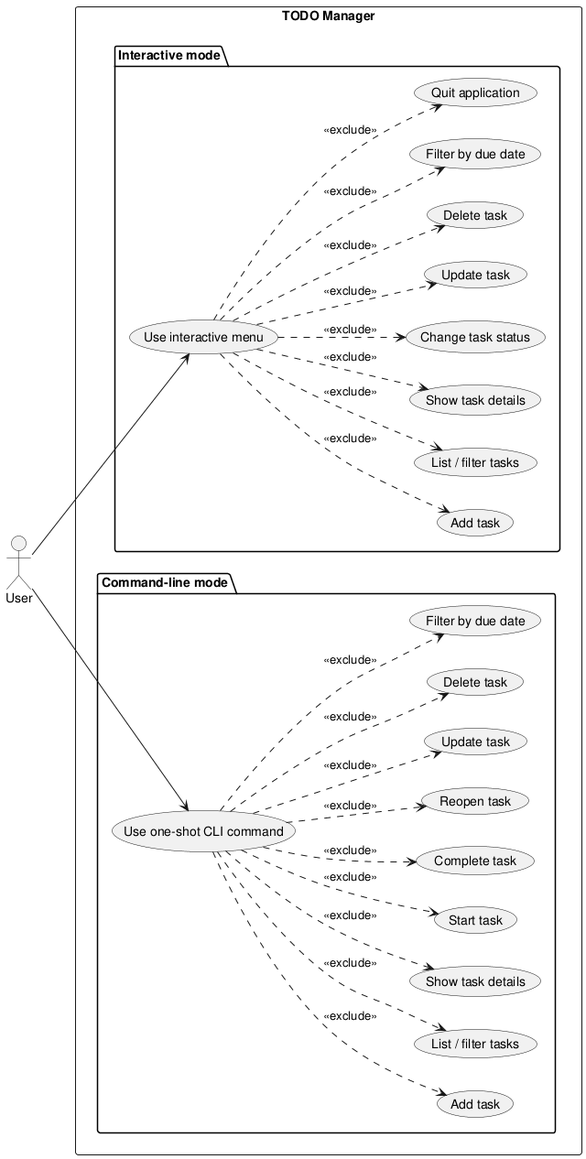
Earlier version of the PlantUML export experiments/pipeline/test_driven/TODO/artifacts/use_case_diagram.png (DanielRiha8906/Software_autoevolution_using_agents).
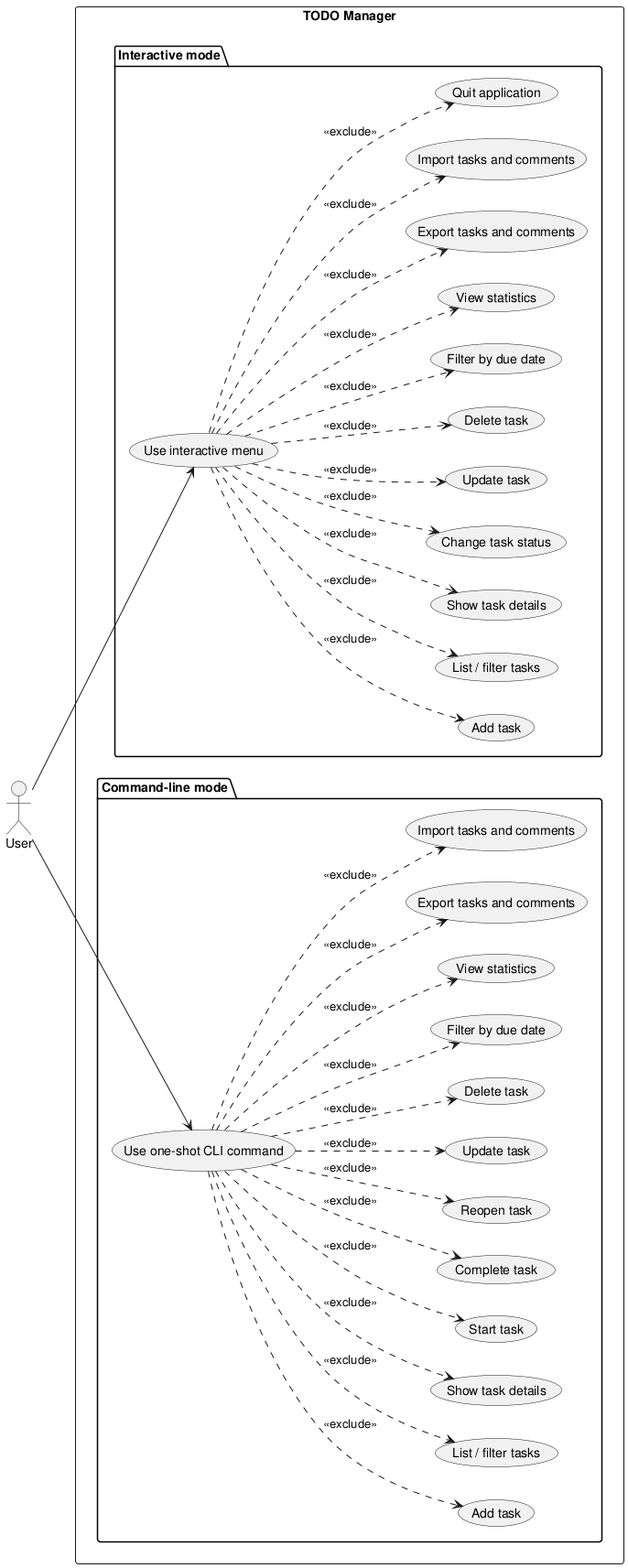
After the change.

Change to the diagram source:
```diff
@@ -15,6 +15,9 @@
     usecase "Update task" as I_UPDATE
     usecase "Delete task" as I_DELETE
     usecase "Filter by due date" as I_DUE_FILTER
+    usecase "View statistics" as I_STATS
+    usecase "Export tasks and comments" as I_EXPORT
+    usecase "Import tasks and comments" as I_IMPORT
     usecase "Quit application" as I_QUIT
   }
 
@@ -29,6 +32,9 @@
     usecase "Update task" as C_UPDATE
     usecase "Delete task" as C_DELETE
     usecase "Filter by due date" as C_DUE_FILTER
+    usecase "View statistics" as C_STATS
+    usecase "Export tasks and comments" as C_EXPORT
+    usecase "Import tasks and comments" as C_IMPORT
   }
 }
 
@@ -42,6 +48,9 @@
 UI ..> I_UPDATE     : <<exclude>>
 UI ..> I_DELETE     : <<exclude>>
 UI ..> I_DUE_FILTER : <<exclude>>
+UI ..> I_STATS      : <<exclude>>
+UI ..> I_EXPORT     : <<exclude>>
+UI ..> I_IMPORT     : <<exclude>>
 UI ..> I_QUIT       : <<exclude>>
 
 CLI ..> C_ADD        : <<exclude>>
@@ -53,5 +62,8 @@
 CLI ..> C_UPDATE     : <<exclude>>
 CLI ..> C_DELETE     : <<exclude>>
 CLI ..> C_DUE_FILTER : <<exclude>>
+CLI ..> C_STATS      : <<exclude>>
+CLI ..> C_EXPORT     : <<exclude>>
+CLI ..> C_IMPORT     : <<exclude>>
 
 @enduml
```
